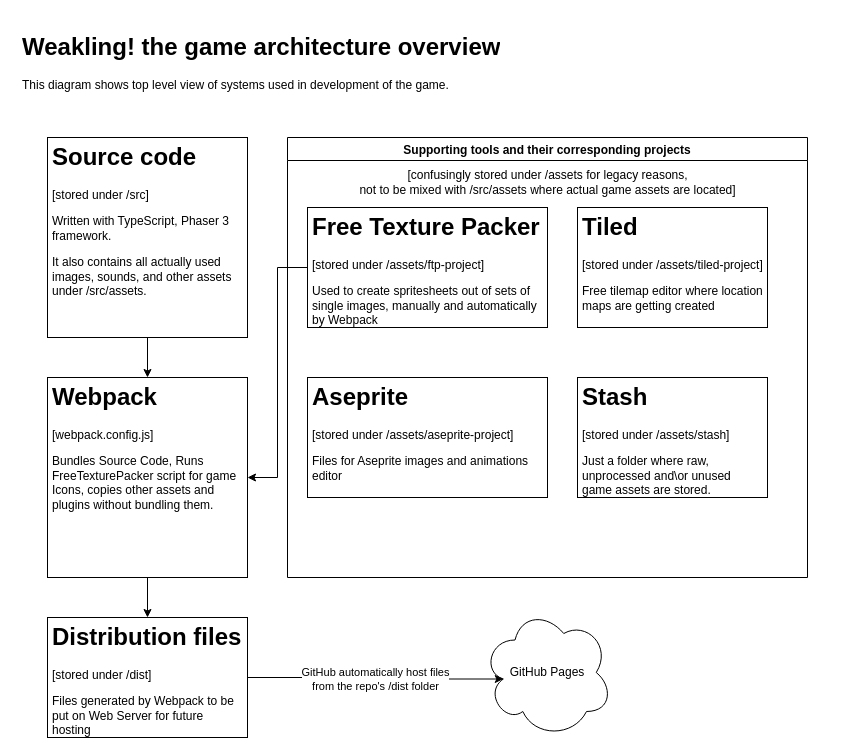
Above: page "General Overview" (1 of 2) of Weakling! the game architecture overview.drawio in Nightspeller/Weakling (draw.io), before the change. Source tidied: cells renumbered, new cells numbered last; positions are measured from the earlier drawing's top-left corner, leaving out a move shared by most shapes. Both pictures are drawn from the tidied source at 100%, with x=0, y=0 at pixel (17, 27).
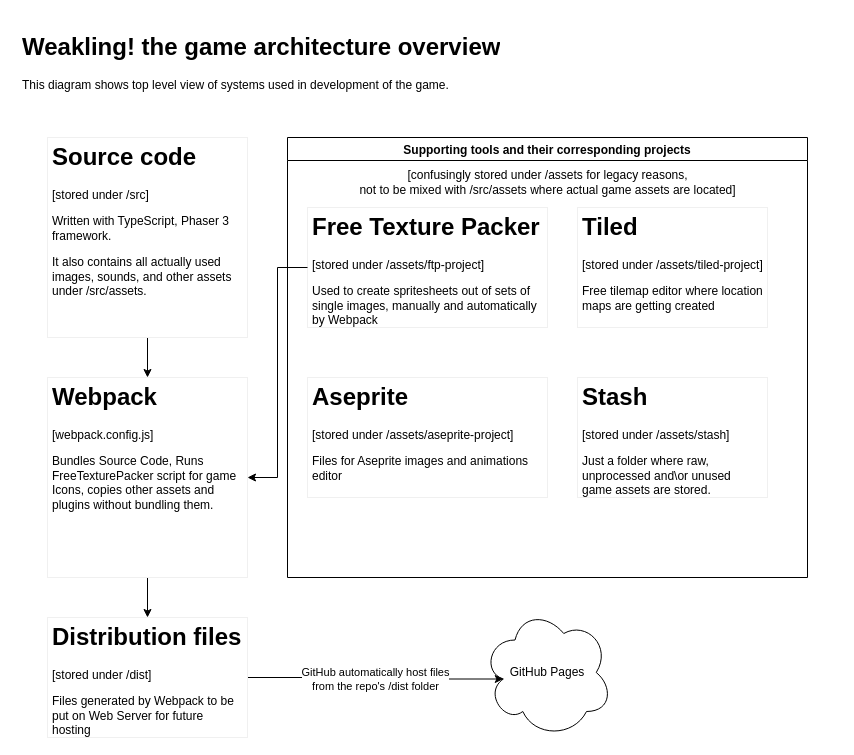
The same page after the edit.

The edit, as a diff of the source:
```diff
@@
 <mxGraphModel>
   <root>
     <mxCell id="0" />
     <mxCell id="1" parent="0" />
     <mxCell id="2" value="&lt;h1&gt;Weakling! the game architecture overview&lt;br&gt;&lt;/h1&gt;&lt;p&gt;This diagram shows top level view of systems used in development of the game.&lt;br&gt;&lt;/p&gt;" style="text;html=1;strokeColor=none;fillColor=none;spacing=5;spacingTop=-20;whiteSpace=wrap;overflow=hidden;rounded=0;" parent="1" vertex="1">
       <mxGeometry width="820" height="70" as="geometry" />
     </mxCell>
     <mxCell id="3" style="edgeStyle=orthogonalEdgeStyle;rounded=0;jettySize=auto;html=1;entryX=0.5;entryY=0;entryDx=0;entryDy=0;" parent="1" edge="1" source="4" target="6">
       <mxGeometry relative="1" as="geometry" />
     </mxCell>
-    <mxCell id="4" value="&lt;h1&gt;Source code&lt;br&gt;&lt;/h1&gt;&lt;p&gt;[stored under /src]&lt;br&gt;&lt;/p&gt;&lt;p&gt;Written with TypeScript, Phaser 3 framework. &lt;br&gt;&lt;/p&gt;&lt;p&gt;It also contains all actually used images, sounds, and other assets under /src/assets.&lt;br&gt;&lt;/p&gt;" style="text;html=1;spacing=5;spacingTop=-20;whiteSpace=wrap;overflow=hidden;rounded=0;strokeColor=#000000;" parent="1" vertex="1">
+    <mxCell id="4" value="&lt;h1&gt;Source code&lt;br&gt;&lt;/h1&gt;&lt;p&gt;[stored under /src]&lt;br&gt;&lt;/p&gt;&lt;p&gt;Written with TypeScript, Phaser 3 framework. &lt;br&gt;&lt;/p&gt;&lt;p&gt;It also contains all actually used images, sounds, and other assets under /src/assets.&lt;br&gt;&lt;/p&gt;" style="text;html=1;spacing=5;spacingTop=-20;whiteSpace=wrap;overflow=hidden;rounded=0;strokeColor=#f0f0f0;" parent="1" vertex="1">
       <mxGeometry x="30" y="110" width="200" height="200" as="geometry" />
     </mxCell>
     <mxCell id="5" style="edgeStyle=orthogonalEdgeStyle;rounded=0;jettySize=auto;html=1;entryX=0.5;entryY=0;entryDx=0;entryDy=0;" parent="1" edge="1" source="6" target="8">
       <mxGeometry relative="1" as="geometry" />
     </mxCell>
-    <mxCell id="6" value="&lt;h1&gt;Webpack&lt;/h1&gt;&lt;p&gt;[webpack.config.js]&lt;/p&gt;&lt;p&gt;Bundles Source Code, Runs FreeTexturePacker script for game Icons, copies other assets and plugins without bundling them.&lt;br&gt;&lt;/p&gt;" style="text;html=1;fillColor=none;spacing=5;spacingTop=-20;whiteSpace=wrap;overflow=hidden;rounded=0;strokeColor=#000000;" parent="1" vertex="1">
+    <mxCell id="6" value="&lt;h1&gt;Webpack&lt;/h1&gt;&lt;p&gt;[webpack.config.js]&lt;/p&gt;&lt;p&gt;Bundles Source Code, Runs FreeTexturePacker script for game Icons, copies other assets and plugins without bundling them.&lt;br&gt;&lt;/p&gt;" style="text;html=1;fillColor=none;spacing=5;spacingTop=-20;whiteSpace=wrap;overflow=hidden;rounded=0;strokeColor=#f0f0f0;" parent="1" vertex="1">
       <mxGeometry x="30" y="350" width="200" height="200" as="geometry" />
     </mxCell>
     <mxCell id="7" value="&lt;div&gt;GitHub automatically host files &lt;br&gt;&lt;/div&gt;&lt;div&gt;from the repo's /dist folder&lt;br&gt;&lt;/div&gt;" style="edgeStyle=orthogonalEdgeStyle;rounded=0;jettySize=auto;html=1;entryX=0.16;entryY=0.55;entryDx=0;entryDy=0;entryPerimeter=0;" parent="1" edge="1" source="8" target="9">
       <mxGeometry relative="1" as="geometry" />
     </mxCell>
-    <mxCell id="8" value="&lt;h1&gt;Distribution files&lt;br&gt;&lt;/h1&gt;&lt;p&gt;[stored under /dist]&lt;br&gt;&lt;/p&gt;&lt;p&gt;Files generated by Webpack to be put on Web Server for future hosting&lt;br&gt;&lt;/p&gt;" style="text;html=1;fillColor=none;spacing=5;spacingTop=-20;whiteSpace=wrap;overflow=hidden;rounded=0;strokeColor=#000000;" parent="1" vertex="1">
+    <mxCell id="8" value="&lt;h1&gt;Distribution files&lt;br&gt;&lt;/h1&gt;&lt;p&gt;[stored under /dist]&lt;br&gt;&lt;/p&gt;&lt;p&gt;Files generated by Webpack to be put on Web Server for future hosting&lt;br&gt;&lt;/p&gt;" style="text;html=1;fillColor=none;spacing=5;spacingTop=-20;whiteSpace=wrap;overflow=hidden;rounded=0;strokeColor=#f0f0f0;" parent="1" vertex="1">
       <mxGeometry x="30" y="590" width="200" height="120" as="geometry" />
     </mxCell>
-    <mxCell id="9" value="GitHub Pages" style="ellipse;shape=cloud;whiteSpace=wrap;html=1;strokeColor=#000000;fillColor=none;" parent="1" vertex="1">
+    <mxCell id="9" value="GitHub Pages" style="ellipse;shape=cloud;whiteSpace=wrap;html=1;fillColor=none;" parent="1" vertex="1">
       <mxGeometry x="465" y="580" width="130" height="130" as="geometry" />
     </mxCell>
-    <mxCell id="10" value="Supporting tools and their corresponding projects" style="swimlane;strokeColor=#000000;fillColor=none;" parent="1" vertex="1">
+    <mxCell id="10" value="Supporting tools and their corresponding projects" style="swimlane;fillColor=none;" parent="1" vertex="1">
       <mxGeometry x="270" y="110" width="520" height="440" as="geometry" />
     </mxCell>
     <mxCell id="11" value="&lt;div&gt;[confusingly stored under /assets for legacy reasons,&lt;/div&gt;&lt;div&gt; not to be mixed with /src/assets where actual game assets are located]&lt;/div&gt;" style="text;html=1;align=center;verticalAlign=middle;strokeColor=none;" parent="10" vertex="1">
       <mxGeometry x="65" y="30" width="390" height="30" as="geometry" />
     </mxCell>
-    <mxCell id="12" value="&lt;h1&gt;Free Texture Packer&lt;br&gt;&lt;/h1&gt;&lt;p&gt;[stored under /assets/ftp-project]&lt;br&gt;&lt;/p&gt;&lt;p&gt;Used to create spritesheets out of sets of single images, manually and automatically by Webpack&lt;br&gt;&lt;/p&gt;" style="text;html=1;fillColor=none;spacing=5;spacingTop=-20;whiteSpace=wrap;overflow=hidden;rounded=0;strokeColor=#000000;" parent="10" vertex="1">
+    <mxCell id="12" value="&lt;h1&gt;Free Texture Packer&lt;br&gt;&lt;/h1&gt;&lt;p&gt;[stored under /assets/ftp-project]&lt;br&gt;&lt;/p&gt;&lt;p&gt;Used to create spritesheets out of sets of single images, manually and automatically by Webpack&lt;br&gt;&lt;/p&gt;" style="text;html=1;fillColor=none;spacing=5;spacingTop=-20;whiteSpace=wrap;overflow=hidden;rounded=0;strokeColor=#f0f0f0;" parent="10" vertex="1">
       <mxGeometry x="20" y="70" width="240" height="120" as="geometry" />
     </mxCell>
-    <mxCell id="13" value="&lt;h1&gt;Tiled&lt;/h1&gt;&lt;p&gt;[stored under /assets/tiled-project]&lt;br&gt;&lt;/p&gt;&lt;p&gt;Free tilemap editor where location maps are getting created&lt;br&gt;&lt;/p&gt;" style="text;html=1;fillColor=none;spacing=5;spacingTop=-20;whiteSpace=wrap;overflow=hidden;rounded=0;strokeColor=#000000;" parent="10" vertex="1">
+    <mxCell id="13" value="&lt;h1&gt;Tiled&lt;/h1&gt;&lt;p&gt;[stored under /assets/tiled-project]&lt;br&gt;&lt;/p&gt;&lt;p&gt;Free tilemap editor where location maps are getting created&lt;br&gt;&lt;/p&gt;" style="text;html=1;fillColor=none;spacing=5;spacingTop=-20;whiteSpace=wrap;overflow=hidden;rounded=0;strokeColor=#f0f0f0;" parent="10" vertex="1">
       <mxGeometry x="290" y="70" width="190" height="120" as="geometry" />
     </mxCell>
-    <mxCell id="14" value="&lt;h1&gt;Stash&lt;/h1&gt;&lt;p&gt;[stored under /assets/stash]&lt;br&gt;&lt;/p&gt;&lt;p&gt;Just a folder where raw, unprocessed and\or unused game assets are stored.&lt;br&gt;&lt;/p&gt;" style="text;html=1;fillColor=none;spacing=5;spacingTop=-20;whiteSpace=wrap;overflow=hidden;rounded=0;strokeColor=#000000;" parent="10" vertex="1">
+    <mxCell id="14" value="&lt;h1&gt;Stash&lt;/h1&gt;&lt;p&gt;[stored under /assets/stash]&lt;br&gt;&lt;/p&gt;&lt;p&gt;Just a folder where raw, unprocessed and\or unused game assets are stored.&lt;br&gt;&lt;/p&gt;" style="text;html=1;fillColor=none;spacing=5;spacingTop=-20;whiteSpace=wrap;overflow=hidden;rounded=0;strokeColor=#f0f0f0;" parent="10" vertex="1">
       <mxGeometry x="290" y="240" width="190" height="120" as="geometry" />
     </mxCell>
-    <mxCell id="15" value="&lt;h1&gt;Aseprite&lt;/h1&gt;&lt;p&gt;[stored under /assets/aseprite-project]&lt;/p&gt;&lt;p&gt;Files for Aseprite images and animations editor&lt;br&gt;&lt;/p&gt;" style="text;html=1;fillColor=none;spacing=5;spacingTop=-20;whiteSpace=wrap;overflow=hidden;rounded=0;strokeColor=#000000;" parent="10" vertex="1">
+    <mxCell id="15" value="&lt;h1&gt;Aseprite&lt;/h1&gt;&lt;p&gt;[stored under /assets/aseprite-project]&lt;/p&gt;&lt;p&gt;Files for Aseprite images and animations editor&lt;br&gt;&lt;/p&gt;" style="text;html=1;fillColor=none;spacing=5;spacingTop=-20;whiteSpace=wrap;overflow=hidden;rounded=0;strokeColor=#f0f0f0;" parent="10" vertex="1">
       <mxGeometry x="20" y="240" width="240" height="120" as="geometry" />
     </mxCell>
     <mxCell id="16" style="edgeStyle=orthogonalEdgeStyle;rounded=0;jettySize=auto;html=1;exitX=0;exitY=0.5;exitDx=0;exitDy=0;entryX=1;entryY=0.5;entryDx=0;entryDy=0;" parent="1" edge="1" source="12" target="6">
       <mxGeometry relative="1" as="geometry" />
     </mxCell>
   </root>
 </mxGraphModel>
```
